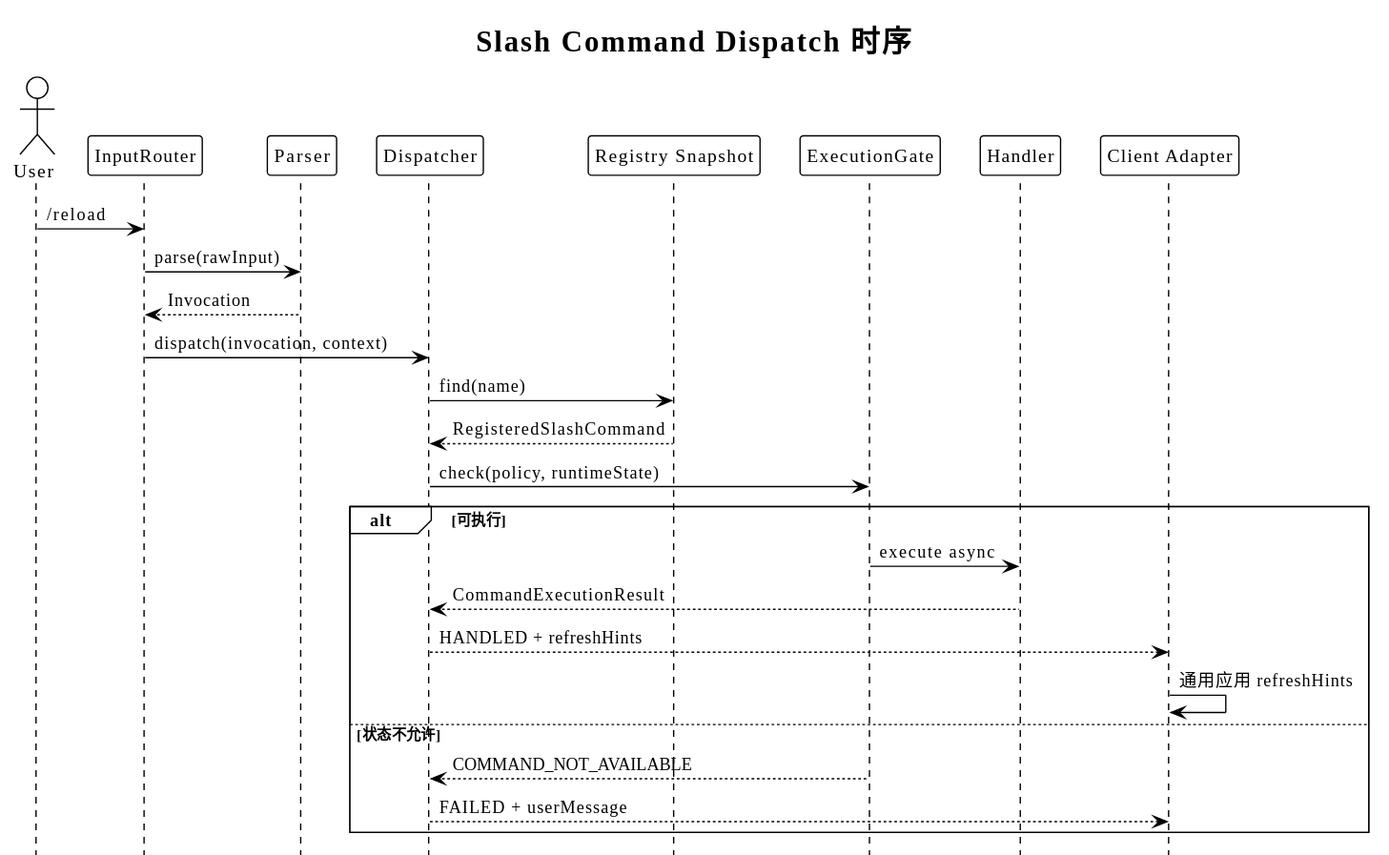
The PlantUML diagram diagrams/builtin-command/10-dispatch-sequence.svg in superheromeZzh/pi-mono-java-design, before a commit.
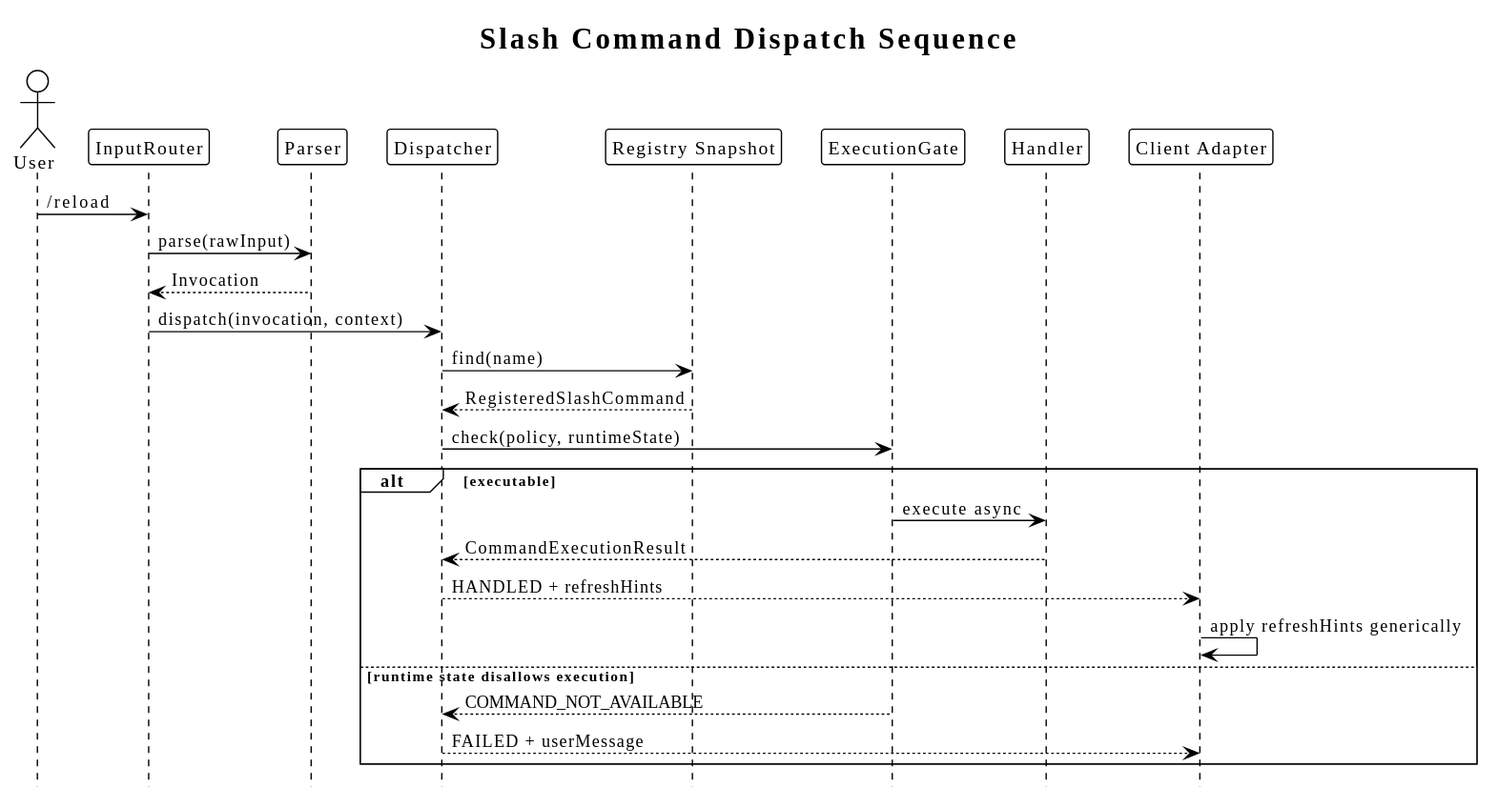
After the commit.

What changed in the source:
```diff
@@ -1,11 +1,11 @@
 @startuml
 !theme plain
 !pragma layout smetana
-skinparam defaultFontName "PingFang SC"
+skinparam defaultFontName "SansSerif"
 skinparam shadowing false
 skinparam backgroundColor transparent
 hide footbox
-title Slash Command Dispatch 时序
+title Slash Command Dispatch Sequence
 
 actor User as U
 participant InputRouter as I
@@ -23,12 +23,12 @@
 D -> R : find(name)
 R --> D : RegisteredSlashCommand
 D -> G : check(policy, runtimeState)
-alt 可执行
+alt executable
   G -> H : execute async
   H --> D : CommandExecutionResult
   D --> C : HANDLED + refreshHints
-  C -> C : 通用应用 refreshHints
-else 状态不允许
+  C -> C : apply refreshHints generically
+else runtime state disallows execution
   G --> D : COMMAND_NOT_AVAILABLE
   D --> C : FAILED + userMessage
 end
```
